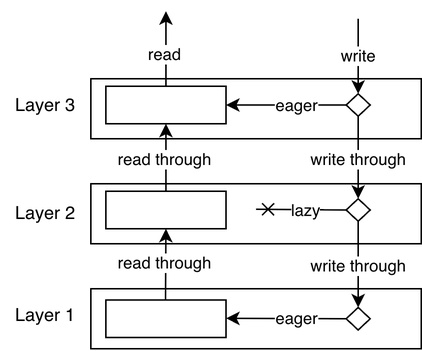
flocko-motion/ranke-graph keeps this draw.io diagram as 02-ranke-db/drawio/architecture.storage-stack-simple.drawio.png. Above is the earlier version. Source tidied: cells renumbered, new cells last; positions are measured from the earlier drawing's top-left corner, leaving out a move shared by most shapes. Its diagram source:
```xml
<mxGraphModel>
  <root>
    <mxCell id="0" />
    <mxCell id="1" parent="0" />
    <mxCell id="2" style="rounded=0;whiteSpace=wrap;html=1;" parent="1" vertex="1">
      <mxGeometry x="60" y="115" width="220" height="40" as="geometry" />
    </mxCell>
    <mxCell id="3" style="rounded=0;whiteSpace=wrap;html=1;" parent="1" vertex="1">
      <mxGeometry x="70" y="120" width="80" height="25" as="geometry" />
    </mxCell>
    <mxCell id="4" value=" " style="rounded=0;whiteSpace=wrap;html=1;" parent="1" vertex="1">
      <mxGeometry x="60" y="45" width="220" height="40" as="geometry" />
    </mxCell>
    <mxCell id="5" style="rounded=0;whiteSpace=wrap;html=1;" parent="1" vertex="1">
      <mxGeometry x="70" y="50" width="80" height="25" as="geometry" />
    </mxCell>
    <mxCell id="6" style="endArrow=classic;html=1;rounded=0;entryX=0.5;entryY=1;entryDx=0;entryDy=0;exitX=0.5;exitY=0;exitDx=0;exitDy=0;" parent="1" edge="1" source="3" target="5">
      <mxGeometry relative="1" as="geometry" />
    </mxCell>
    <mxCell id="7" value="read through" style="edgeLabel;html=1;align=center;verticalAlign=middle;" parent="6" vertex="1">
      <mxGeometry x="-0.33" y="1" relative="1" as="geometry">
        <mxPoint y="-6" as="offset" />
      </mxGeometry>
    </mxCell>
    <mxCell id="8" style="endArrow=classic;html=1;rounded=0;entryX=0.5;entryY=0;entryDx=0;entryDy=0;exitX=0.5;exitY=1;exitDx=0;exitDy=0;" parent="1" edge="1" source="26" target="27">
      <mxGeometry relative="1" as="geometry" />
    </mxCell>
    <mxCell id="9" value="write through" style="edgeLabel;html=1;align=center;verticalAlign=middle;" parent="8" vertex="1">
      <mxGeometry x="-0.33" y="1" relative="1" as="geometry">
        <mxPoint x="-1" y="10" as="offset" />
      </mxGeometry>
    </mxCell>
    <mxCell id="10" style="endArrow=classic;html=1;rounded=0;exitX=0;exitY=0.5;exitDx=0;exitDy=0;entryX=1;entryY=0.5;entryDx=0;entryDy=0;" parent="1" edge="1" source="26" target="5">
      <mxGeometry relative="1" as="geometry" />
    </mxCell>
    <mxCell id="11" value="eager" style="edgeLabel;html=1;align=center;verticalAlign=middle;" parent="10" vertex="1">
      <mxGeometry x="-0.36" y="3" relative="1" as="geometry">
        <mxPoint x="-8" y="-3" as="offset" />
      </mxGeometry>
    </mxCell>
    <mxCell id="12" style="endArrow=classic;html=1;rounded=0;entryX=0.5;entryY=0;entryDx=0;entryDy=0;" parent="1" edge="1" target="26">
      <mxGeometry relative="1" as="geometry">
        <mxPoint x="238" y="5" as="sourcePoint" />
      </mxGeometry>
    </mxCell>
    <mxCell id="13" value="write" style="edgeLabel;html=1;align=center;verticalAlign=middle;" parent="12" vertex="1">
      <mxGeometry x="-0.33" y="1" relative="1" as="geometry">
        <mxPoint x="-1" y="8" as="offset" />
      </mxGeometry>
    </mxCell>
    <mxCell id="14" style="endArrow=classic;html=1;rounded=0;exitX=0.5;exitY=0;exitDx=0;exitDy=0;" parent="1" edge="1" source="5">
      <mxGeometry relative="1" as="geometry">
        <mxPoint x="110" as="targetPoint" />
      </mxGeometry>
    </mxCell>
    <mxCell id="15" value="read" style="edgeLabel;html=1;align=center;verticalAlign=middle;" parent="14" vertex="1">
      <mxGeometry x="-0.33" y="1" relative="1" as="geometry">
        <mxPoint y="-5" as="offset" />
      </mxGeometry>
    </mxCell>
    <mxCell id="16" style="endArrow=cross;html=1;rounded=0;exitX=0;exitY=0.5;exitDx=0;exitDy=0;endFill=0;" parent="1" edge="1" source="27">
      <mxGeometry relative="1" as="geometry">
        <mxPoint x="170" y="132" as="targetPoint" />
      </mxGeometry>
    </mxCell>
    <mxCell id="17" value="lazy" style="edgeLabel;html=1;align=center;verticalAlign=middle;" parent="16" vertex="1">
      <mxGeometry x="-0.36" y="3" relative="1" as="geometry">
        <mxPoint x="-8" y="-3" as="offset" />
      </mxGeometry>
    </mxCell>
    <mxCell id="18" style="rounded=0;whiteSpace=wrap;html=1;" parent="1" vertex="1">
      <mxGeometry x="60" y="185" width="220" height="40" as="geometry" />
    </mxCell>
    <mxCell id="19" style="endArrow=classic;html=1;rounded=0;exitX=0.5;exitY=1;exitDx=0;exitDy=0;entryX=0.5;entryY=0;entryDx=0;entryDy=0;" parent="1" edge="1" source="27" target="28">
      <mxGeometry relative="1" as="geometry" />
    </mxCell>
    <mxCell id="20" value="write through" style="edgeLabel;html=1;align=center;verticalAlign=middle;" parent="19" vertex="1">
      <mxGeometry x="-0.33" y="1" relative="1" as="geometry">
        <mxPoint x="-1" y="10" as="offset" />
      </mxGeometry>
    </mxCell>
    <mxCell id="21" style="rounded=0;whiteSpace=wrap;html=1;" parent="1" vertex="1">
      <mxGeometry x="70" y="192.5" width="80" height="25" as="geometry" />
    </mxCell>
    <mxCell id="22" style="endArrow=classic;html=1;rounded=0;exitX=0;exitY=0.5;exitDx=0;exitDy=0;entryX=1;entryY=0.5;entryDx=0;entryDy=0;" parent="1" edge="1" source="28">
      <mxGeometry relative="1" as="geometry">
        <mxPoint x="150" y="204.7" as="targetPoint" />
      </mxGeometry>
    </mxCell>
    <mxCell id="23" value="eager" style="edgeLabel;html=1;align=center;verticalAlign=middle;" parent="22" vertex="1">
      <mxGeometry x="-0.36" y="3" relative="1" as="geometry">
        <mxPoint x="-8" y="-3" as="offset" />
      </mxGeometry>
    </mxCell>
    <mxCell id="24" style="endArrow=classic;html=1;rounded=0;entryX=0.5;entryY=1;entryDx=0;entryDy=0;exitX=0.5;exitY=0;exitDx=0;exitDy=0;" parent="1" edge="1" target="3">
      <mxGeometry relative="1" as="geometry">
        <mxPoint x="109.7" y="192.5" as="sourcePoint" />
      </mxGeometry>
    </mxCell>
    <mxCell id="25" value="read through" style="edgeLabel;html=1;align=center;verticalAlign=middle;" parent="24" vertex="1">
      <mxGeometry x="-0.33" y="1" relative="1" as="geometry">
        <mxPoint y="-9" as="offset" />
      </mxGeometry>
    </mxCell>
    <mxCell id="26" style="rhombus;whiteSpace=wrap;html=1;" parent="1" vertex="1">
      <mxGeometry x="230" y="55" width="16" height="15" as="geometry" />
    </mxCell>
    <mxCell id="27" style="rhombus;whiteSpace=wrap;html=1;" parent="1" vertex="1">
      <mxGeometry x="230" y="125" width="16" height="15" as="geometry" />
    </mxCell>
    <mxCell id="28" style="rhombus;whiteSpace=wrap;html=1;" parent="1" vertex="1">
      <mxGeometry x="230" y="197.5" width="16" height="15" as="geometry" />
    </mxCell>
    <mxCell id="29" value="Layer 3" style="text;html=1;whiteSpace=wrap;strokeColor=none;fillColor=none;align=center;verticalAlign=middle;rounded=0;" parent="1" vertex="1">
      <mxGeometry y="47.5" width="60" height="30" as="geometry" />
    </mxCell>
    <mxCell id="30" value="Layer 2" style="text;html=1;whiteSpace=wrap;strokeColor=none;fillColor=none;align=center;verticalAlign=middle;rounded=0;" parent="1" vertex="1">
      <mxGeometry y="120" width="60" height="30" as="geometry" />
    </mxCell>
    <mxCell id="31" value="Layer 1" style="text;html=1;whiteSpace=wrap;strokeColor=none;fillColor=none;align=center;verticalAlign=middle;rounded=0;" parent="1" vertex="1">
      <mxGeometry y="187.5" width="60" height="30" as="geometry" />
    </mxCell>
  </root>
</mxGraphModel>
```
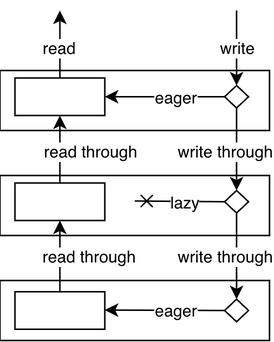
After the change.

Change to the diagram source:
```diff
@@ -3,23 +3,23 @@
     <mxCell id="0" />
     <mxCell id="1" parent="0" />
     <mxCell id="2" style="rounded=0;whiteSpace=wrap;html=1;" parent="1" vertex="1">
-      <mxGeometry x="60" y="115" width="220" height="40" as="geometry" />
+      <mxGeometry x="60" y="115" width="180" height="40" as="geometry" />
     </mxCell>
     <mxCell id="3" style="rounded=0;whiteSpace=wrap;html=1;" parent="1" vertex="1">
-      <mxGeometry x="70" y="120" width="80" height="25" as="geometry" />
+      <mxGeometry x="70" y="120" width="60" height="25" as="geometry" />
     </mxCell>
     <mxCell id="4" value=" " style="rounded=0;whiteSpace=wrap;html=1;" parent="1" vertex="1">
-      <mxGeometry x="60" y="45" width="220" height="40" as="geometry" />
+      <mxGeometry x="60" y="45" width="180" height="40" as="geometry" />
     </mxCell>
     <mxCell id="5" style="rounded=0;whiteSpace=wrap;html=1;" parent="1" vertex="1">
-      <mxGeometry x="70" y="50" width="80" height="25" as="geometry" />
+      <mxGeometry x="70" y="50" width="60" height="25" as="geometry" />
     </mxCell>
     <mxCell id="6" style="endArrow=classic;html=1;rounded=0;entryX=0.5;entryY=1;entryDx=0;entryDy=0;exitX=0.5;exitY=0;exitDx=0;exitDy=0;" parent="1" edge="1" source="3" target="5">
       <mxGeometry relative="1" as="geometry" />
     </mxCell>
     <mxCell id="7" value="read through" style="edgeLabel;html=1;align=center;verticalAlign=middle;" parent="6" vertex="1">
       <mxGeometry x="-0.33" y="1" relative="1" as="geometry">
-        <mxPoint y="-6" as="offset" />
+        <mxPoint x="21" y="-6" as="offset" />
       </mxGeometry>
     </mxCell>
     <mxCell id="8" style="endArrow=classic;html=1;rounded=0;entryX=0.5;entryY=0;entryDx=0;entryDy=0;exitX=0.5;exitY=1;exitDx=0;exitDy=0;" parent="1" edge="1" source="26" target="27">
@@ -27,7 +27,7 @@
     </mxCell>
     <mxCell id="9" value="write through" style="edgeLabel;html=1;align=center;verticalAlign=middle;" parent="8" vertex="1">
       <mxGeometry x="-0.33" y="1" relative="1" as="geometry">
-        <mxPoint x="-1" y="10" as="offset" />
+        <mxPoint x="-9" y="10" as="offset" />
       </mxGeometry>
     </mxCell>
     <mxCell id="10" style="endArrow=classic;html=1;rounded=0;exitX=0;exitY=0.5;exitDx=0;exitDy=0;entryX=1;entryY=0.5;entryDx=0;entryDy=0;" parent="1" edge="1" source="26" target="5">
@@ -40,7 +40,7 @@
     </mxCell>
     <mxCell id="12" style="endArrow=classic;html=1;rounded=0;entryX=0.5;entryY=0;entryDx=0;entryDy=0;" parent="1" edge="1" target="26">
       <mxGeometry relative="1" as="geometry">
-        <mxPoint x="238" y="5" as="sourcePoint" />
+        <mxPoint x="218" y="5" as="sourcePoint" />
       </mxGeometry>
     </mxCell>
     <mxCell id="13" value="write" style="edgeLabel;html=1;align=center;verticalAlign=middle;" parent="12" vertex="1">
@@ -50,7 +50,7 @@
     </mxCell>
     <mxCell id="14" style="endArrow=classic;html=1;rounded=0;exitX=0.5;exitY=0;exitDx=0;exitDy=0;" parent="1" edge="1" source="5">
       <mxGeometry relative="1" as="geometry">
-        <mxPoint x="110" as="targetPoint" />
+        <mxPoint x="100" y="5" as="targetPoint" />
       </mxGeometry>
     </mxCell>
     <mxCell id="15" value="read" style="edgeLabel;html=1;align=center;verticalAlign=middle;" parent="14" vertex="1">
@@ -60,7 +60,7 @@
     </mxCell>
     <mxCell id="16" style="endArrow=cross;html=1;rounded=0;exitX=0;exitY=0.5;exitDx=0;exitDy=0;endFill=0;" parent="1" edge="1" source="27">
       <mxGeometry relative="1" as="geometry">
-        <mxPoint x="170" y="132" as="targetPoint" />
+        <mxPoint x="150" y="132" as="targetPoint" />
       </mxGeometry>
     </mxCell>
     <mxCell id="17" value="lazy" style="edgeLabel;html=1;align=center;verticalAlign=middle;" parent="16" vertex="1">
@@ -69,22 +69,22 @@
       </mxGeometry>
     </mxCell>
     <mxCell id="18" style="rounded=0;whiteSpace=wrap;html=1;" parent="1" vertex="1">
-      <mxGeometry x="60" y="185" width="220" height="40" as="geometry" />
+      <mxGeometry x="60" y="185" width="180" height="40" as="geometry" />
     </mxCell>
     <mxCell id="19" style="endArrow=classic;html=1;rounded=0;exitX=0.5;exitY=1;exitDx=0;exitDy=0;entryX=0.5;entryY=0;entryDx=0;entryDy=0;" parent="1" edge="1" source="27" target="28">
       <mxGeometry relative="1" as="geometry" />
     </mxCell>
     <mxCell id="20" value="write through" style="edgeLabel;html=1;align=center;verticalAlign=middle;" parent="19" vertex="1">
       <mxGeometry x="-0.33" y="1" relative="1" as="geometry">
-        <mxPoint x="-1" y="10" as="offset" />
+        <mxPoint x="-9" y="9" as="offset" />
       </mxGeometry>
     </mxCell>
     <mxCell id="21" style="rounded=0;whiteSpace=wrap;html=1;" parent="1" vertex="1">
-      <mxGeometry x="70" y="192.5" width="80" height="25" as="geometry" />
+      <mxGeometry x="70" y="192.5" width="60" height="25" as="geometry" />
     </mxCell>
     <mxCell id="22" style="endArrow=classic;html=1;rounded=0;exitX=0;exitY=0.5;exitDx=0;exitDy=0;entryX=1;entryY=0.5;entryDx=0;entryDy=0;" parent="1" edge="1" source="28">
       <mxGeometry relative="1" as="geometry">
-        <mxPoint x="150" y="204.7" as="targetPoint" />
+        <mxPoint x="130" y="204.7" as="targetPoint" />
       </mxGeometry>
     </mxCell>
     <mxCell id="23" value="eager" style="edgeLabel;html=1;align=center;verticalAlign=middle;" parent="22" vertex="1">
@@ -92,33 +92,22 @@
         <mxPoint x="-8" y="-3" as="offset" />
       </mxGeometry>
     </mxCell>
-    <mxCell id="24" style="endArrow=classic;html=1;rounded=0;entryX=0.5;entryY=1;entryDx=0;entryDy=0;exitX=0.5;exitY=0;exitDx=0;exitDy=0;" parent="1" edge="1" target="3">
-      <mxGeometry relative="1" as="geometry">
-        <mxPoint x="109.7" y="192.5" as="sourcePoint" />
-      </mxGeometry>
+    <mxCell id="24" style="endArrow=classic;html=1;rounded=0;entryX=0.5;entryY=1;entryDx=0;entryDy=0;exitX=0.5;exitY=0;exitDx=0;exitDy=0;" parent="1" edge="1" source="21" target="3">
+      <mxGeometry relative="1" as="geometry" />
     </mxCell>
     <mxCell id="25" value="read through" style="edgeLabel;html=1;align=center;verticalAlign=middle;" parent="24" vertex="1">
       <mxGeometry x="-0.33" y="1" relative="1" as="geometry">
-        <mxPoint y="-9" as="offset" />
+        <mxPoint x="20" y="-8" as="offset" />
       </mxGeometry>
     </mxCell>
     <mxCell id="26" style="rhombus;whiteSpace=wrap;html=1;" parent="1" vertex="1">
-      <mxGeometry x="230" y="55" width="16" height="15" as="geometry" />
+      <mxGeometry x="210" y="55" width="16" height="15" as="geometry" />
     </mxCell>
     <mxCell id="27" style="rhombus;whiteSpace=wrap;html=1;" parent="1" vertex="1">
-      <mxGeometry x="230" y="125" width="16" height="15" as="geometry" />
+      <mxGeometry x="210" y="125" width="16" height="15" as="geometry" />
     </mxCell>
     <mxCell id="28" style="rhombus;whiteSpace=wrap;html=1;" parent="1" vertex="1">
-      <mxGeometry x="230" y="197.5" width="16" height="15" as="geometry" />
+      <mxGeometry x="210" y="197.5" width="16" height="15" as="geometry" />
     </mxCell>
-    <mxCell id="29" value="Layer 3" style="text;html=1;whiteSpace=wrap;strokeColor=none;fillColor=none;align=center;verticalAlign=middle;rounded=0;" parent="1" vertex="1">
-      <mxGeometry y="47.5" width="60" height="30" as="geometry" />
-    </mxCell>
-    <mxCell id="30" value="Layer 2" style="text;html=1;whiteSpace=wrap;strokeColor=none;fillColor=none;align=center;verticalAlign=middle;rounded=0;" parent="1" vertex="1">
-      <mxGeometry y="120" width="60" height="30" as="geometry" />
-    </mxCell>
-    <mxCell id="31" value="Layer 1" style="text;html=1;whiteSpace=wrap;strokeColor=none;fillColor=none;align=center;verticalAlign=middle;rounded=0;" parent="1" vertex="1">
-      <mxGeometry y="187.5" width="60" height="30" as="geometry" />
-    </mxCell>
   </root>
 </mxGraphModel>
```
